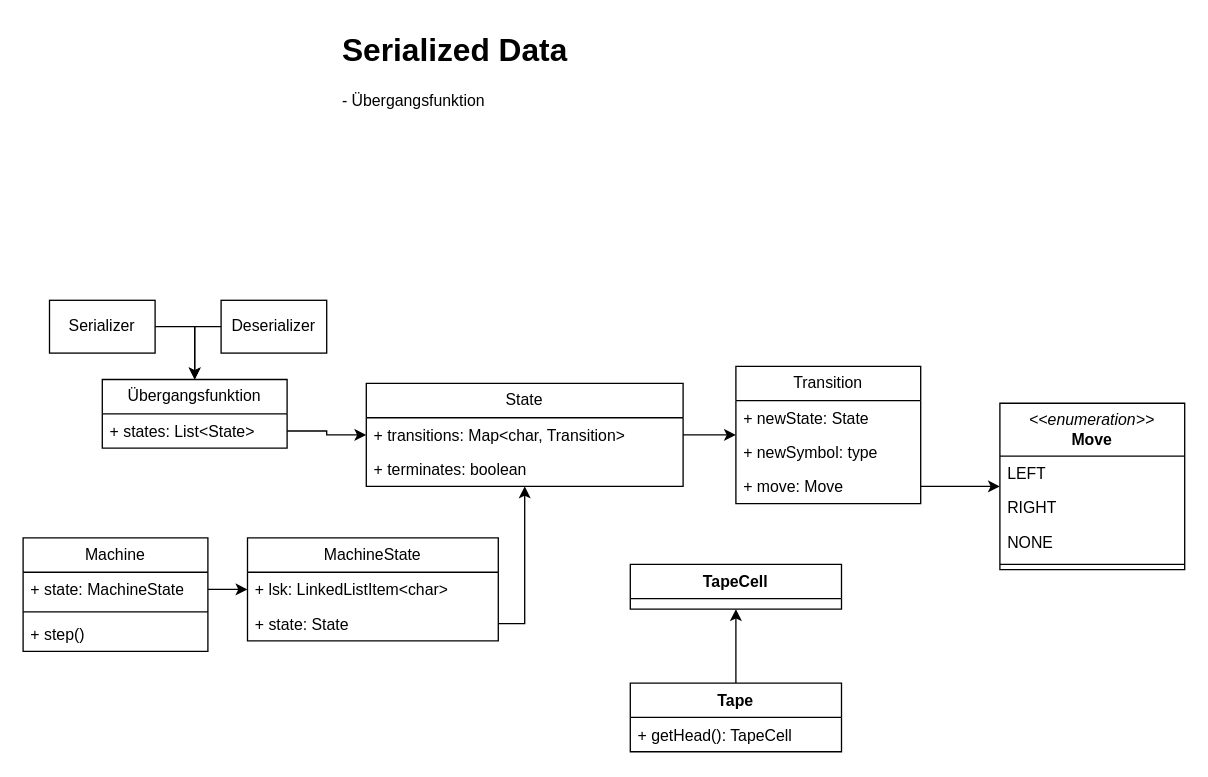
The draw.io diagram diagramm.drawio in Placeblock/turing-sim, before the edit. Source tidied: cells renumbered, new cells numbered last; positions are measured from the earlier drawing's top-left corner, leaving out a move shared by most shapes. Both pictures are drawn from the tidied source at 132%, with x=0, y=0 at pixel (22, 22).
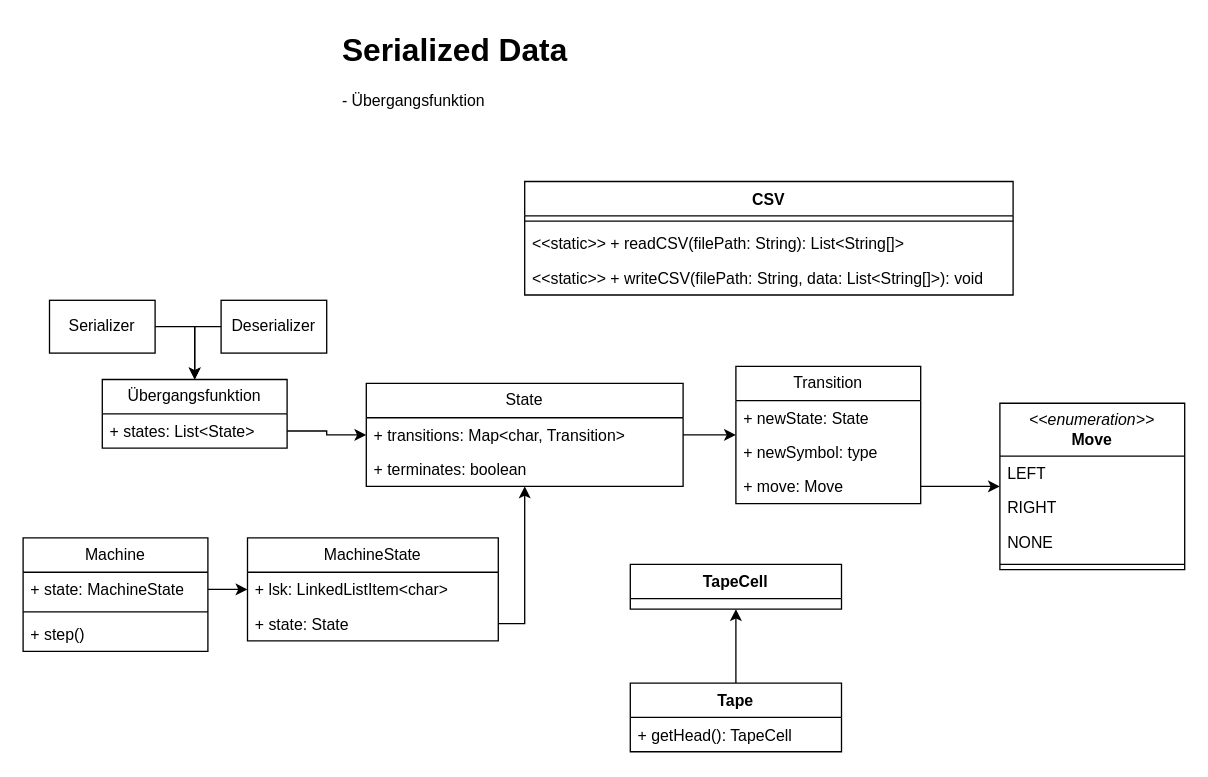
Above is the later version.

Commit message (it also covers changes not shown here):
Add CSV reader/writer

The edit, as a diff of the source:
```diff
@@
+    <mxCell id="37" value="CSV" style="swimlane;fontStyle=1;align=center;verticalAlign=top;horizontal=1;startSize=26;whiteSpace=wrap;html=1;" parent="1" vertex="1">
+      <mxGeometry x="380" y="120" width="370" height="86" as="geometry" />
+    </mxCell>
+    <mxCell id="38" style="line;strokeWidth=1;fillColor=none;align=left;verticalAlign=middle;spacingTop=-1;spacingLeft=3;spacingRight=3;labelPosition=right;strokeColor=inherit;" parent="37" vertex="1">
+      <mxGeometry y="26" width="370" height="8" as="geometry" />
+    </mxCell>
+    <mxCell id="39" value="&amp;lt;&amp;lt;static&amp;gt;&amp;gt; + readCSV(filePath: String): List&amp;lt;String[]&amp;gt;" style="text;strokeColor=none;fillColor=none;align=left;verticalAlign=top;spacingLeft=4;spacingRight=4;overflow=hidden;whiteSpace=wrap;html=1;" parent="37" vertex="1">
+      <mxGeometry y="34" width="370" height="26" as="geometry" />
+    </mxCell>
+    <mxCell id="40" value="&amp;lt;&amp;lt;static&amp;gt;&amp;gt; + writeCSV(filePath: String, data: List&amp;lt;String[]&amp;gt;): void" style="text;strokeColor=none;fillColor=none;align=left;verticalAlign=top;spacingLeft=4;spacingRight=4;overflow=hidden;whiteSpace=wrap;html=1;" parent="37" vertex="1">
+      <mxGeometry y="60" width="370" height="26" as="geometry" />
+    </mxCell>
```
